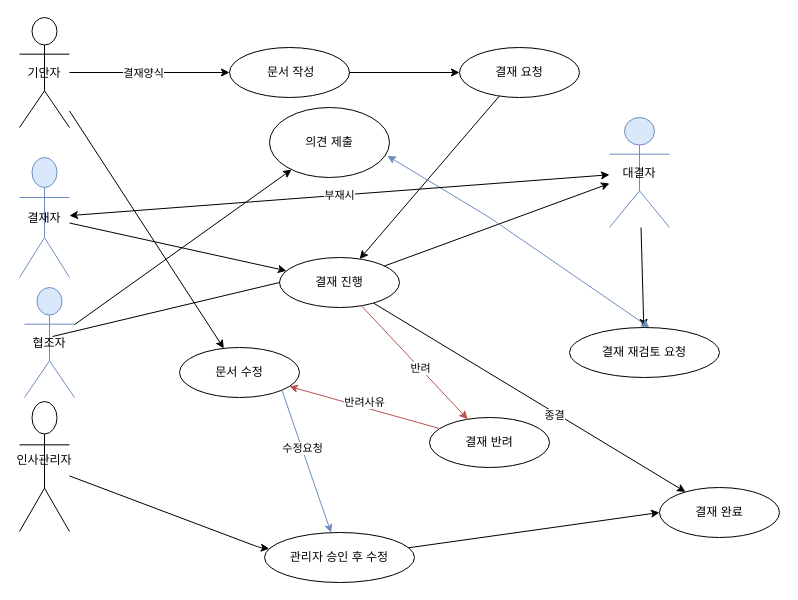
The draw.io diagram document/다이어그램 결재함관리2.drawio의 복사본.drawio in sunday1284/jsp_spring02, before the edit. Source tidied: cells renumbered, new cells numbered last; positions are measured from the earlier drawing's top-left corner, leaving out a move shared by most shapes. Both pictures are drawn from the tidied source at 100%, with x=0, y=0 at pixel (19, 17).
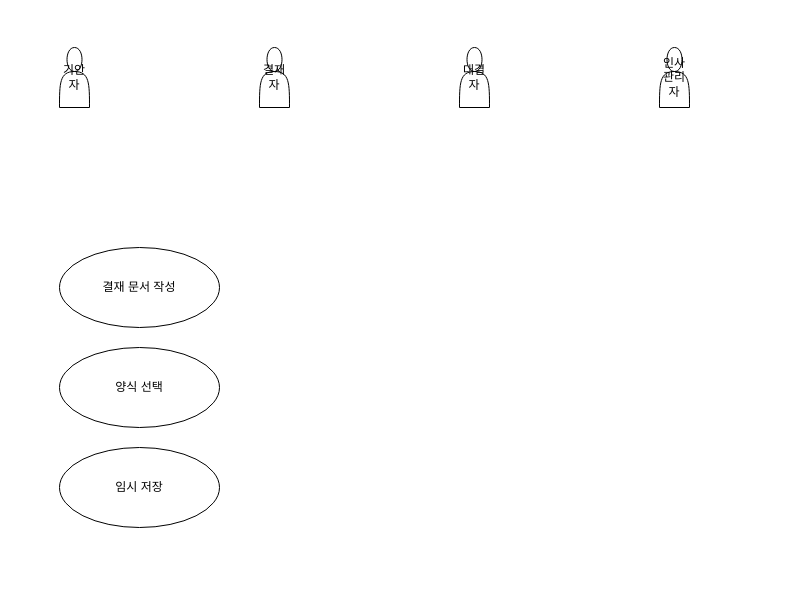
After the change.

Commit message:
Update 다이어그램 결재함관리2.drawio의 복사본.drawio

The edit, as a diff of the source:
```diff
@@
-    <mxCell id="2" value="기안자" style="shape=umlActor;" parent="1" vertex="1">
-      <mxGeometry width="50" height="110" as="geometry" />
+    <mxCell id="2" value="기안자" style="shape=actor;whiteSpace=wrap;html=1;" parent="1" vertex="1">
+      <mxGeometry x="40" y="30" width="30" height="60" as="geometry" />
     </mxCell>
-    <mxCell id="3" value="결재자" style="shape=umlActor;fillColor=#dae8fc;strokeColor=#6c8ebf;" parent="1" vertex="1">
-      <mxGeometry y="140" width="50" height="120" as="geometry" />
+    <mxCell id="3" value="결재자" style="shape=actor;whiteSpace=wrap;html=1;" parent="1" vertex="1">
+      <mxGeometry x="240" y="30" width="30" height="60" as="geometry" />
     </mxCell>
-    <mxCell id="4" value="대결자" style="shape=umlActor;fillColor=#dae8fc;strokeColor=#6c8ebf;" parent="1" vertex="1">
-      <mxGeometry x="590" y="100" width="60" height="110" as="geometry" />
+    <mxCell id="4" value="대결자" style="shape=actor;whiteSpace=wrap;html=1;" parent="1" vertex="1">
+      <mxGeometry x="440" y="30" width="30" height="60" as="geometry" />
     </mxCell>
-    <mxCell id="5" value="인사관리자&#10;" style="shape=umlActor;" parent="1" vertex="1">
-      <mxGeometry y="384" width="50" height="130" as="geometry" />
+    <mxCell id="5" value="인사관리자" style="shape=actor;whiteSpace=wrap;html=1;" parent="1" vertex="1">
+      <mxGeometry x="640" y="30" width="30" height="60" as="geometry" />
     </mxCell>
-    <mxCell id="6" value="&amp;nbsp;문서 작성" style="ellipse;whiteSpace=wrap;html=1;" parent="1" vertex="1">
-      <mxGeometry x="210" y="30" width="120" height="50" as="geometry" />
-    </mxCell>
-    <mxCell id="7" parent="1" edge="1" source="2" target="6">
-      <mxGeometry relative="1" as="geometry" />
-    </mxCell>
-    <mxCell id="8" value="결재양식" style="edgeLabel;html=1;align=center;verticalAlign=middle;" parent="7" vertex="1">
-      <mxGeometry x="-0.09" y="7" relative="1" as="geometry">
-        <mxPoint y="7" as="offset" />
-      </mxGeometry>
-    </mxCell>
-    <mxCell id="9" value="결재 요청" style="ellipse;whiteSpace=wrap;html=1;" parent="1" vertex="1">
-      <mxGeometry x="440" y="30" width="120" height="50" as="geometry" />
-    </mxCell>
-    <mxCell id="10" parent="1" edge="1" source="6" target="9">
-      <mxGeometry relative="1" as="geometry" />
-    </mxCell>
-    <mxCell id="11" value="결재 진행" style="ellipse;whiteSpace=wrap;html=1;" parent="1" vertex="1">
-      <mxGeometry x="260" y="240" width="120" height="50" as="geometry" />
-    </mxCell>
-    <mxCell id="12" parent="1" edge="1" source="9" target="11">
-      <mxGeometry relative="1" as="geometry" />
-    </mxCell>
-    <mxCell id="13" parent="1" edge="1" source="3" target="11">
-      <mxGeometry relative="1" as="geometry" />
-    </mxCell>
-    <mxCell id="14" parent="1" edge="1" source="11" target="4">
-      <mxGeometry relative="1" as="geometry" />
-    </mxCell>
-    <mxCell id="15" value="결재 재검토 요청" style="ellipse;whiteSpace=wrap;html=1;" parent="1" vertex="1">
-      <mxGeometry x="550" y="310" width="150" height="50" as="geometry" />
-    </mxCell>
-    <mxCell id="16" parent="1" edge="1" source="4" target="15">
-      <mxGeometry relative="1" as="geometry" />
-    </mxCell>
-    <mxCell id="17" value="결재 완료" style="ellipse;whiteSpace=wrap;html=1;" parent="1" vertex="1">
-      <mxGeometry x="640" y="470" width="120" height="50" as="geometry" />
-    </mxCell>
-    <mxCell id="18" parent="1" edge="1" source="11" target="17">
-      <mxGeometry relative="1" as="geometry" />
-    </mxCell>
-    <mxCell id="19" value="종결" style="edgeLabel;html=1;align=center;verticalAlign=middle;" parent="18" vertex="1">
-      <mxGeometry x="0.16" y="-2" relative="1" as="geometry" />
-    </mxCell>
-    <mxCell id="20" value="결재 반려" style="ellipse;whiteSpace=wrap;html=1;" parent="1" vertex="1">
-      <mxGeometry x="410" y="400" width="120" height="50" as="geometry" />
-    </mxCell>
-    <mxCell id="21" style="fillColor=#f8cecc;strokeColor=#b85450;" parent="1" edge="1" source="11" target="20">
-      <mxGeometry relative="1" as="geometry" />
-    </mxCell>
-    <mxCell id="22" value="반려" style="edgeLabel;html=1;align=center;verticalAlign=middle;" parent="21" vertex="1">
-      <mxGeometry x="0.1" relative="1" as="geometry" />
-    </mxCell>
-    <mxCell id="23" value="문서 수정" style="ellipse;whiteSpace=wrap;html=1;" parent="1" vertex="1">
-      <mxGeometry x="160" y="330" width="120" height="50" as="geometry" />
-    </mxCell>
-    <mxCell id="24" parent="1" edge="1" source="2" target="23">
-      <mxGeometry relative="1" as="geometry" />
-    </mxCell>
-    <mxCell id="25" style="fillColor=#f8cecc;strokeColor=#b85450;" parent="1" edge="1" source="20" target="23">
-      <mxGeometry relative="1" as="geometry" />
-    </mxCell>
-    <mxCell id="26" value="반려사유" style="edgeLabel;html=1;align=center;verticalAlign=middle;" parent="25" vertex="1">
-      <mxGeometry x="0.03" y="5" relative="1" as="geometry">
-        <mxPoint x="3" y="-10" as="offset" />
-      </mxGeometry>
-    </mxCell>
-    <mxCell id="27" value="관리자 승인 후 수정" style="ellipse;whiteSpace=wrap;html=1;" parent="1" vertex="1">
-      <mxGeometry x="245" y="515" width="150" height="50" as="geometry" />
-    </mxCell>
-    <mxCell id="28" style="fillColor=#dae8fc;strokeColor=#6c8ebf;exitX=1;exitY=1;exitDx=0;exitDy=0;" parent="1" edge="1" source="23" target="27">
-      <mxGeometry relative="1" as="geometry" />
-    </mxCell>
-    <mxCell id="29" value="수정요청" style="edgeLabel;html=1;align=center;verticalAlign=middle;" parent="28" vertex="1">
-      <mxGeometry x="-0.19" relative="1" as="geometry" />
-    </mxCell>
-    <mxCell id="30" parent="1" edge="1" source="5" target="27">
-      <mxGeometry relative="1" as="geometry">
-        <Array as="points">
-          <mxPoint x="240" y="530" />
-        </Array>
-      </mxGeometry>
-    </mxCell>
-    <mxCell id="31" value="협조자" style="shape=umlActor;fillColor=#dae8fc;strokeColor=#6c8ebf;" parent="1" vertex="1">
-      <mxGeometry x="5" y="270" width="50" height="110" as="geometry" />
-    </mxCell>
-    <mxCell id="32" value="의견 제출" style="ellipse;whiteSpace=wrap;html=1;" parent="1" vertex="1">
-      <mxGeometry x="250" y="90" width="120" height="70" as="geometry" />
-    </mxCell>
-    <mxCell id="33" style="endArrow=classic;html=1;rounded=0;" parent="1" edge="1" source="31" target="32">
-      <mxGeometry relative="1" as="geometry" />
-    </mxCell>
-    <mxCell id="34" style="endArrow=none;html=1;rounded=0;entryX=0;entryY=0.5;entryDx=0;entryDy=0;" parent="1" edge="1" target="11">
-      <mxGeometry relative="1" as="geometry">
-        <mxPoint x="33" y="319" as="sourcePoint" />
-      </mxGeometry>
-    </mxCell>
-    <mxCell id="35" style="endArrow=classic;startArrow=classic;html=1;rounded=0;exitX=0.983;exitY=0.691;exitDx=0;exitDy=0;exitPerimeter=0;fillColor=#dae8fc;strokeColor=#6c8ebf;" parent="1" edge="1" source="32">
-      <mxGeometry relative="1" as="geometry">
-        <mxPoint x="630" y="310" as="targetPoint" />
-        <Array as="points">
-          <mxPoint x="470" y="200" />
-        </Array>
-      </mxGeometry>
-    </mxCell>
-    <mxCell id="36" style="endArrow=classic;html=1;rounded=0;entryX=0;entryY=0.5;entryDx=0;entryDy=0;" parent="1" edge="1" source="27" target="17">
-      <mxGeometry relative="1" as="geometry" />
-    </mxCell>
-    <mxCell id="37" value="부재시" style="endArrow=classic;startArrow=classic;html=1;rounded=0;" parent="1" edge="1" source="3" target="4">
-      <mxGeometry relative="1" as="geometry" />
-    </mxCell>
+    <mxCell id="38" value="결재 문서 작성" style="shape=ellipse;whiteSpace=wrap;html=1;" parent="1" vertex="1">
+      <mxGeometry x="40" y="230" width="160" height="80" as="geometry" />
+    </mxCell>
+    <mxCell id="39" value="양식 선택" style="shape=ellipse;whiteSpace=wrap;html=1;" parent="1" vertex="1">
+      <mxGeometry x="40" y="330" width="160" height="80" as="geometry" />
+    </mxCell>
+    <mxCell id="40" value="임시 저장" style="shape=ellipse;whiteSpace=wrap;html=1;" parent="1" vertex="1">
+      <mxGeometry x="40" y="430" width="160" height="80" as="geometry" />
+    </mxCell>
```
